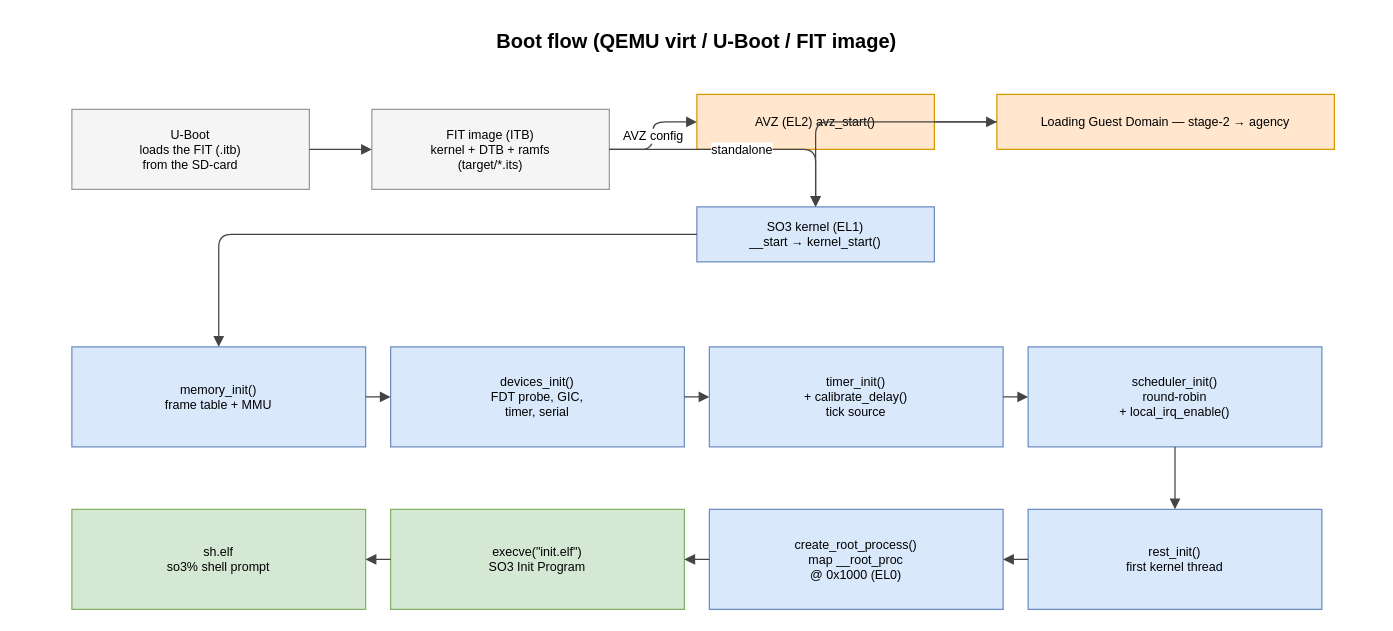
smartobjectoriented/so3 keeps this draw.io diagram as page "boot" (3 of 11) of doc/source/img/so3.drawio. Above is the earlier version. Source tidied: cells renumbered, new cells numbered last; positions are measured from the earlier drawing's top-left corner, leaving out a move shared by most shapes. Both pictures are drawn from the tidied source at 125%, with x=0, y=0 at pixel (21, 21).
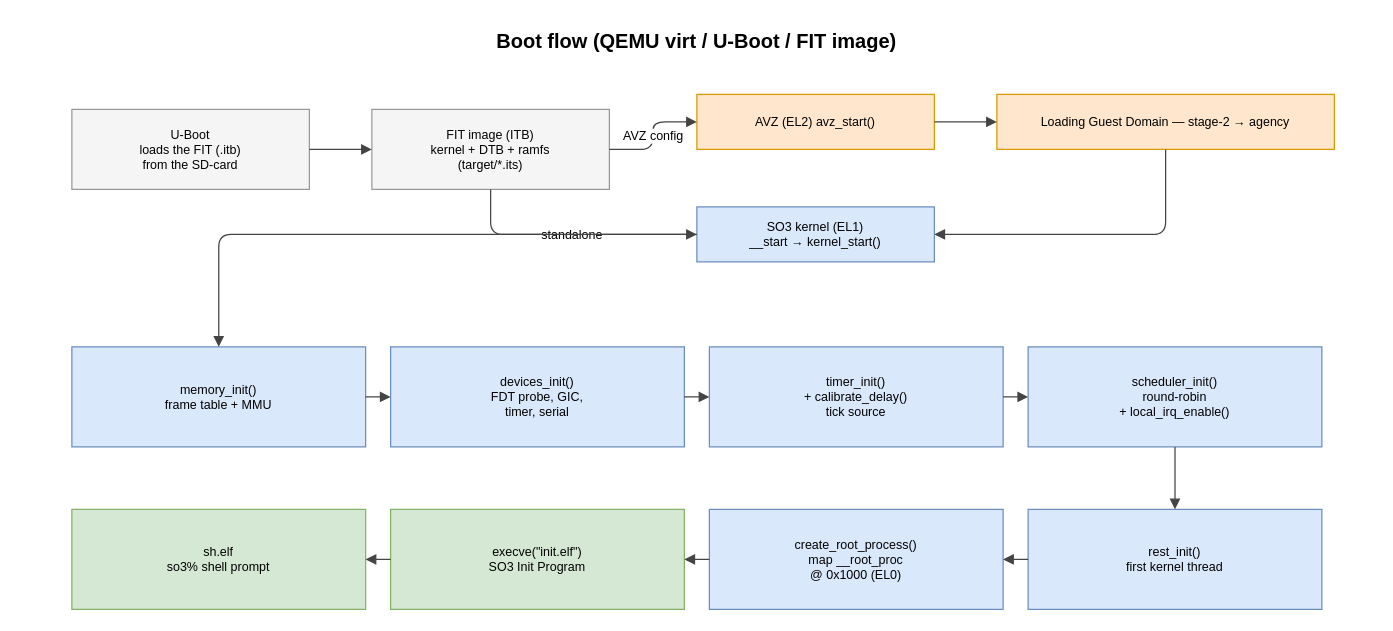
After the change.

Unchanged cells that the change refers to:
```xml
<mxCell id="4" value="FIT image (ITB)&#10;kernel + DTB + ramfs&#10;(target/*.its)" style="fillColor=#f5f5f5;strokeColor=#999999;fontSize=10;" parent="1" vertex="1">
  <mxGeometry x="280" y="70" width="190" height="64" as="geometry" />
</mxCell>
<mxCell id="6" value="Loading Guest Domain — stage-2 → agency" style="fillColor=#ffe6cc;strokeColor=#d79b00;fontSize=10;" parent="1" vertex="1">
  <mxGeometry x="780" y="58" width="270" height="44" as="geometry" />
</mxCell>
<mxCell id="7" value="SO3 kernel (EL1)&#10;__start → kernel_start()" style="fillColor=#dae8fc;strokeColor=#6c8ebf;fontSize=10;" parent="1" vertex="1">
  <mxGeometry x="540" y="148" width="190" height="44" as="geometry" />
</mxCell>
```

What changed in the source:
```diff
@@
-    <mxCell id="10" value="standalone" style="edgeStyle=orthogonalEdgeStyle;rounded=1;html=1;endArrow=block;strokeColor=#444444;fontSize=10;" parent="1" edge="1" source="4" target="7">
+    <mxCell id="10" value="standalone" style="edgeStyle=orthogonalEdgeStyle;rounded=1;html=1;endArrow=block;strokeColor=#444444;fontSize=10;exitX=0.5;exitY=1;entryX=0;entryY=0.5;" parent="1" edge="1" source="4" target="7">
       <mxGeometry relative="1" as="geometry" />
     </mxCell>
@@
-    <mxCell id="12" style="edgeStyle=orthogonalEdgeStyle;rounded=1;html=1;endArrow=block;strokeColor=#444444;fontSize=10;" parent="1" edge="1" source="6" target="7">
+    <mxCell id="12" style="edgeStyle=orthogonalEdgeStyle;rounded=1;html=1;endArrow=block;strokeColor=#444444;fontSize=10;exitX=0.5;exitY=1;entryX=1;entryY=0.5;" parent="1" edge="1" source="6" target="7">
       <mxGeometry relative="1" as="geometry" />
     </mxCell>
```
